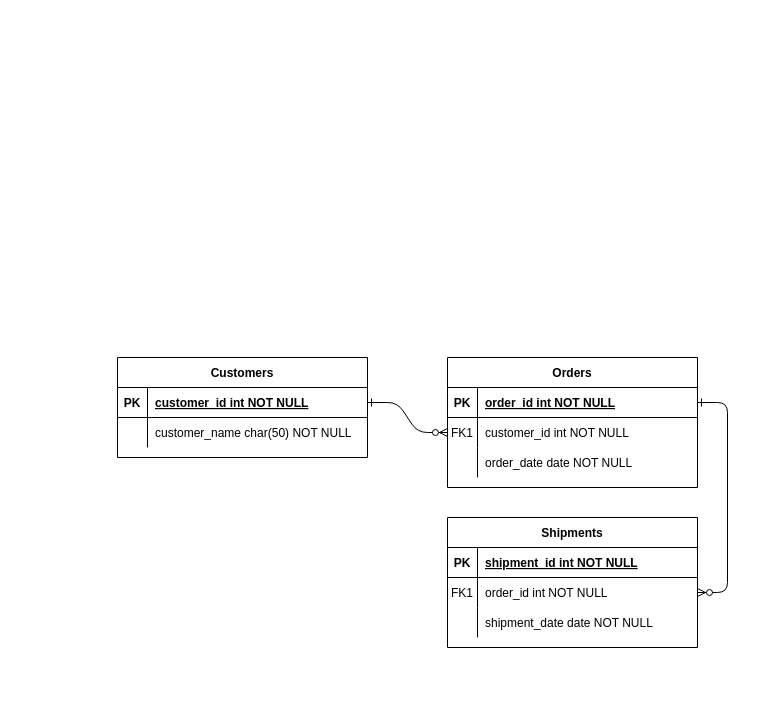
This is SQLChris-Insta-ERD.drawio from DPOsengo/SQLChris-Insta, a draw.io file, before an edit. Source tidied: cells renumbered, new cells numbered last; positions are measured from the earlier drawing's top-left corner, leaving out a move shared by most shapes. Both pictures are drawn from the tidied source at 100%, with x=0, y=0 at pixel (117, 357).
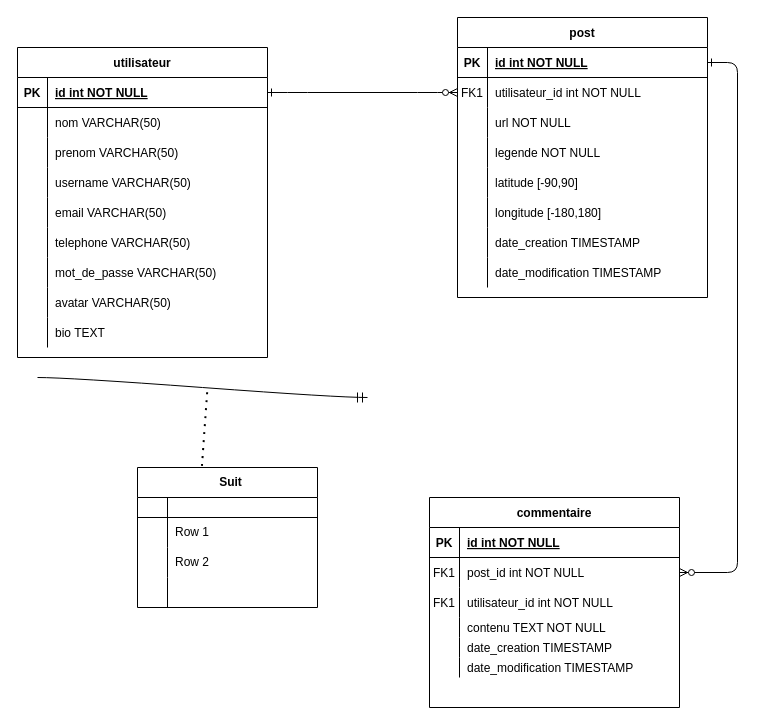
The same diagram, later.

Commit message (it also covers changes not shown here):
Mettre à jour SQLChris-Insta-ERD.drawio

The change refers to these unchanged cells:
```xml
<mxCell id="5" style="shape=partialRectangle;fillColor=none;points=[[0,0.5],[1,0.5]];portConstraint=eastwest;top=0;left=0;right=0;bottom=1;" parent="4" vertex="1">
  <mxGeometry y="30" width="250" height="30" as="geometry" />
</mxCell>
<mxCell id="8" style="shape=partialRectangle;fillColor=none;points=[[0,0.5],[1,0.5]];portConstraint=eastwest;top=0;left=0;right=0;bottom=0;" parent="4" vertex="1">
  <mxGeometry y="60" width="250" height="30" as="geometry" />
</mxCell>
<mxCell id="11" style="shape=partialRectangle;fillColor=none;top=0;left=0;right=0;bottom=0;" parent="4" vertex="1">
  <mxGeometry y="90" width="250" height="30" as="geometry" />
</mxCell>
<mxCell id="15" style="shape=partialRectangle;fillColor=none;top=0;left=0;right=0;bottom=1;" parent="14" vertex="1">
  <mxGeometry y="30" width="250" height="30" as="geometry" />
</mxCell>
<mxCell id="18" style="shape=partialRectangle;fillColor=none;points=[[0,0.5],[1,0.5]];portConstraint=eastwest;top=0;left=0;right=0;bottom=0;" parent="14" vertex="1">
  <mxGeometry y="60" width="250" height="30" as="geometry" />
</mxCell>
<mxCell id="25" style="shape=partialRectangle;fillColor=none;points=[[0,0.5],[1,0.5]];portConstraint=eastwest;top=0;left=0;right=0;bottom=1;" parent="24" vertex="1">
  <mxGeometry y="30" width="250" height="30" as="geometry" />
</mxCell>
<mxCell id="28" style="shape=partialRectangle;fillColor=none;top=0;left=0;right=0;bottom=0;" parent="24" vertex="1">
  <mxGeometry y="60" width="250" height="30" as="geometry" />
</mxCell>
```

The edit, as a diff of the source:
```diff
@@
-    <mxCell id="4" value="Orders" style="shape=table;startSize=30;childLayout=tableLayout;rowLines=0;fontStyle=1;align=center;" parent="1" vertex="1">
-      <mxGeometry x="330" width="250" height="130" as="geometry" />
+    <mxCell id="4" value="post" style="shape=table;startSize=30;childLayout=tableLayout;rowLines=0;fontStyle=1;align=center;" parent="1" vertex="1">
+      <mxGeometry x="340" y="-340" width="250" height="280" as="geometry" />
     </mxCell>
@@
-    <mxCell id="7" value="order_id int NOT NULL " style="shape=partialRectangle;overflow=hidden;fillColor=none;top=0;left=0;bottom=0;right=0;align=left;spacingLeft=6;fontStyle=5;" parent="5" vertex="1">
+    <mxCell id="7" value="id int NOT NULL " style="shape=partialRectangle;overflow=hidden;fillColor=none;top=0;left=0;bottom=0;right=0;align=left;spacingLeft=6;fontStyle=5;" parent="5" vertex="1">
       <mxGeometry x="30" width="220" height="30" as="geometry" />
     </mxCell>
@@
-    <mxCell id="10" value="customer_id int NOT NULL" style="shape=partialRectangle;overflow=hidden;fillColor=none;top=0;left=0;bottom=0;right=0;align=left;spacingLeft=6;" parent="8" vertex="1">
+    <mxCell id="10" value="utilisateur_id int NOT NULL" style="shape=partialRectangle;overflow=hidden;fillColor=none;top=0;left=0;bottom=0;right=0;align=left;spacingLeft=6;" parent="8" vertex="1">
       <mxGeometry x="30" width="220" height="30" as="geometry" />
     </mxCell>
@@
-    <mxCell id="13" value="order_date date NOT NULL" style="shape=partialRectangle;overflow=hidden;fillColor=none;top=0;left=0;bottom=0;right=0;align=left;spacingLeft=6;" parent="11" vertex="1">
+    <mxCell id="13" value="url NOT NULL" style="shape=partialRectangle;overflow=hidden;fillColor=none;top=0;left=0;bottom=0;right=0;align=left;spacingLeft=6;" parent="11" vertex="1">
       <mxGeometry x="30" width="220" height="30" as="geometry" />
     </mxCell>
+    <mxCell id="31" style="shape=partialRectangle;fillColor=none;top=0;left=0;right=0;bottom=0;" parent="4" vertex="1">
+      <mxGeometry y="120" width="250" height="30" as="geometry" />
+    </mxCell>
+    <mxCell id="32" style="shape=partialRectangle;overflow=hidden;fillColor=none;top=0;left=0;bottom=0;right=0;" parent="31" vertex="1">
+      <mxGeometry width="30" height="30" as="geometry" />
+    </mxCell>
+    <mxCell id="33" value="legende NOT NULL" style="shape=partialRectangle;overflow=hidden;fillColor=none;top=0;left=0;bottom=0;right=0;align=left;spacingLeft=6;" parent="31" vertex="1">
+      <mxGeometry x="30" width="220" height="30" as="geometry" />
+    </mxCell>
+    <mxCell id="34" style="shape=partialRectangle;fillColor=none;top=0;left=0;right=0;bottom=0;" parent="4" vertex="1">
+      <mxGeometry y="150" width="250" height="30" as="geometry" />
+    </mxCell>
+    <mxCell id="35" style="shape=partialRectangle;overflow=hidden;fillColor=none;top=0;left=0;bottom=0;right=0;" parent="34" vertex="1">
+      <mxGeometry width="30" height="30" as="geometry" />
+    </mxCell>
+    <mxCell id="36" value="latitude [-90,90]" style="shape=partialRectangle;overflow=hidden;fillColor=none;top=0;left=0;bottom=0;right=0;align=left;spacingLeft=6;" parent="34" vertex="1">
+      <mxGeometry x="30" width="220" height="30" as="geometry" />
+    </mxCell>
+    <mxCell id="37" style="shape=partialRectangle;fillColor=none;top=0;left=0;right=0;bottom=0;" parent="4" vertex="1">
+      <mxGeometry y="180" width="250" height="30" as="geometry" />
+    </mxCell>
+    <mxCell id="38" style="shape=partialRectangle;overflow=hidden;fillColor=none;top=0;left=0;bottom=0;right=0;" parent="37" vertex="1">
+      <mxGeometry width="30" height="30" as="geometry" />
+    </mxCell>
+    <mxCell id="39" value="longitude [-180,180] " style="shape=partialRectangle;overflow=hidden;fillColor=none;top=0;left=0;bottom=0;right=0;align=left;spacingLeft=6;" parent="37" vertex="1">
+      <mxGeometry x="30" width="220" height="30" as="geometry" />
+    </mxCell>
+    <mxCell id="40" style="shape=partialRectangle;fillColor=none;top=0;left=0;right=0;bottom=0;" parent="4" vertex="1">
+      <mxGeometry y="210" width="250" height="30" as="geometry" />
+    </mxCell>
+    <mxCell id="41" style="shape=partialRectangle;overflow=hidden;fillColor=none;top=0;left=0;bottom=0;right=0;" parent="40" vertex="1">
+      <mxGeometry width="30" height="30" as="geometry" />
+    </mxCell>
+    <mxCell id="42" value="date_creation TIMESTAMP" style="shape=partialRectangle;overflow=hidden;fillColor=none;top=0;left=0;bottom=0;right=0;align=left;spacingLeft=6;" parent="40" vertex="1">
+      <mxGeometry x="30" width="220" height="30" as="geometry" />
+    </mxCell>
+    <mxCell id="43" style="shape=partialRectangle;fillColor=none;top=0;left=0;right=0;bottom=0;" parent="4" vertex="1">
+      <mxGeometry y="240" width="250" height="30" as="geometry" />
+    </mxCell>
+    <mxCell id="44" style="shape=partialRectangle;overflow=hidden;fillColor=none;top=0;left=0;bottom=0;right=0;" parent="43" vertex="1">
+      <mxGeometry width="30" height="30" as="geometry" />
+    </mxCell>
+    <mxCell id="45" value="date_modification TIMESTAMP" style="shape=partialRectangle;overflow=hidden;fillColor=none;top=0;left=0;bottom=0;right=0;align=left;spacingLeft=6;" parent="43" vertex="1">
+      <mxGeometry x="30" width="220" height="30" as="geometry" />
+    </mxCell>
-    <mxCell id="14" value="Shipments" style="shape=table;startSize=30;childLayout=tableLayout;rowLines=0;fontStyle=1;align=center;" parent="1" vertex="1">
-      <mxGeometry x="330" y="160" width="250" height="130" as="geometry" />
+    <mxCell id="14" value="commentaire" style="shape=table;startSize=30;childLayout=tableLayout;rowLines=0;fontStyle=1;align=center;" parent="1" vertex="1">
+      <mxGeometry x="312" y="140" width="250" height="210" as="geometry" />
     </mxCell>
@@
-    <mxCell id="17" value="shipment_id int NOT NULL " style="shape=partialRectangle;overflow=hidden;fillColor=none;top=0;left=0;bottom=0;right=0;align=left;spacingLeft=6;fontStyle=5;" parent="15" vertex="1">
+    <mxCell id="17" value="id int NOT NULL " style="shape=partialRectangle;overflow=hidden;fillColor=none;top=0;left=0;bottom=0;right=0;align=left;spacingLeft=6;fontStyle=5;" parent="15" vertex="1">
       <mxGeometry x="30" width="220" height="30" as="geometry" />
     </mxCell>
@@
-    <mxCell id="20" value="order_id int NOT NULL" style="shape=partialRectangle;overflow=hidden;fillColor=none;top=0;left=0;bottom=0;right=0;align=left;spacingLeft=6;" parent="18" vertex="1">
+    <mxCell id="20" value="post_id int NOT NULL" style="shape=partialRectangle;overflow=hidden;fillColor=none;top=0;left=0;bottom=0;right=0;align=left;spacingLeft=6;" parent="18" vertex="1">
       <mxGeometry x="30" width="220" height="30" as="geometry" />
     </mxCell>
+    <mxCell id="46" style="shape=partialRectangle;fillColor=none;top=0;left=0;right=0;bottom=0;" parent="14" vertex="1">
+      <mxGeometry y="90" width="250" height="30" as="geometry" />
+    </mxCell>
+    <mxCell id="47" value="FK1" style="shape=partialRectangle;overflow=hidden;fillColor=none;top=0;left=0;bottom=0;right=0;" parent="46" vertex="1">
+      <mxGeometry width="30" height="30" as="geometry" />
+    </mxCell>
+    <mxCell id="48" value="utilisateur_id int NOT NULL" style="shape=partialRectangle;overflow=hidden;fillColor=none;top=0;left=0;bottom=0;right=0;align=left;spacingLeft=6;" parent="46" vertex="1">
+      <mxGeometry x="30" width="220" height="30" as="geometry" />
+    </mxCell>
     <mxCell id="21" style="shape=partialRectangle;fillColor=none;top=0;left=0;right=0;bottom=0;" parent="14" vertex="1">
-      <mxGeometry y="90" width="250" height="30" as="geometry" />
+      <mxGeometry y="120" width="250" height="20" as="geometry" />
     </mxCell>
     <mxCell id="22" style="shape=partialRectangle;overflow=hidden;fillColor=none;top=0;left=0;bottom=0;right=0;" parent="21" vertex="1">
-      <mxGeometry width="30" height="30" as="geometry" />
+      <mxGeometry width="30" height="20" as="geometry" />
     </mxCell>
-    <mxCell id="23" value="shipment_date date NOT NULL" style="shape=partialRectangle;overflow=hidden;fillColor=none;top=0;left=0;bottom=0;right=0;align=left;spacingLeft=6;" parent="21" vertex="1">
-      <mxGeometry x="30" width="220" height="30" as="geometry" />
+    <mxCell id="23" value="contenu TEXT NOT NULL" style="shape=partialRectangle;overflow=hidden;fillColor=none;top=0;left=0;bottom=0;right=0;align=left;spacingLeft=6;" parent="21" vertex="1">
+      <mxGeometry x="30" width="220" height="20" as="geometry" />
     </mxCell>
+    <mxCell id="49" style="shape=partialRectangle;fillColor=none;top=0;left=0;right=0;bottom=0;" parent="14" vertex="1">
+      <mxGeometry y="140" width="250" height="20" as="geometry" />
+    </mxCell>
+    <mxCell id="50" style="shape=partialRectangle;overflow=hidden;fillColor=none;top=0;left=0;bottom=0;right=0;" parent="49" vertex="1">
+      <mxGeometry width="30" height="20" as="geometry" />
+    </mxCell>
+    <mxCell id="51" value="date_creation TIMESTAMP" style="shape=partialRectangle;overflow=hidden;fillColor=none;top=0;left=0;bottom=0;right=0;align=left;spacingLeft=6;" parent="49" vertex="1">
+      <mxGeometry x="30" width="220" height="20" as="geometry" />
+    </mxCell>
+    <mxCell id="52" style="shape=partialRectangle;fillColor=none;top=0;left=0;right=0;bottom=0;" parent="14" vertex="1">
+      <mxGeometry y="160" width="250" height="20" as="geometry" />
+    </mxCell>
+    <mxCell id="53" style="shape=partialRectangle;overflow=hidden;fillColor=none;top=0;left=0;bottom=0;right=0;" parent="52" vertex="1">
+      <mxGeometry width="30" height="20" as="geometry" />
+    </mxCell>
+    <mxCell id="54" value="date_modification TIMESTAMP" style="shape=partialRectangle;overflow=hidden;fillColor=none;top=0;left=0;bottom=0;right=0;align=left;spacingLeft=6;" parent="52" vertex="1">
+      <mxGeometry x="30" width="220" height="20" as="geometry" />
+    </mxCell>
-    <mxCell id="24" value="Customers" style="shape=table;startSize=30;childLayout=tableLayout;rowLines=0;fontStyle=1;align=center;" parent="1" vertex="1">
-      <mxGeometry width="250" height="100" as="geometry" />
+    <mxCell id="24" value="utilisateur" style="shape=table;startSize=30;childLayout=tableLayout;rowLines=0;fontStyle=1;align=center;" parent="1" vertex="1">
+      <mxGeometry x="-100" y="-310" width="250" height="310" as="geometry" />
     </mxCell>
@@
-    <mxCell id="27" value="customer_id int NOT NULL " style="shape=partialRectangle;overflow=hidden;fillColor=none;top=0;left=0;bottom=0;right=0;align=left;spacingLeft=6;fontStyle=5;" parent="25" vertex="1">
+    <mxCell id="27" value="id int NOT NULL" style="shape=partialRectangle;overflow=hidden;fillColor=none;top=0;left=0;bottom=0;right=0;align=left;spacingLeft=6;fontStyle=5;" parent="25" vertex="1">
       <mxGeometry x="30" width="220" height="30" as="geometry" />
     </mxCell>
@@
-    <mxCell id="30" value="customer_name char(50) NOT NULL" style="shape=partialRectangle;overflow=hidden;fillColor=none;top=0;left=0;bottom=0;right=0;align=left;spacingLeft=6;" parent="28" vertex="1">
+    <mxCell id="30" value="nom VARCHAR(50)" style="shape=partialRectangle;overflow=hidden;fillColor=none;top=0;left=0;bottom=0;right=0;align=left;spacingLeft=6;" parent="28" vertex="1">
       <mxGeometry x="30" width="220" height="30" as="geometry" />
     </mxCell>
+    <mxCell id="55" style="shape=partialRectangle;fillColor=none;top=0;left=0;right=0;bottom=0;" parent="24" vertex="1">
+      <mxGeometry y="90" width="250" height="30" as="geometry" />
+    </mxCell>
+    <mxCell id="56" style="shape=partialRectangle;overflow=hidden;fillColor=none;top=0;left=0;bottom=0;right=0;" parent="55" vertex="1">
+      <mxGeometry width="30" height="30" as="geometry" />
+    </mxCell>
+    <mxCell id="57" value="prenom VARCHAR(50)" style="shape=partialRectangle;overflow=hidden;fillColor=none;top=0;left=0;bottom=0;right=0;align=left;spacingLeft=6;" parent="55" vertex="1">
+      <mxGeometry x="30" width="220" height="30" as="geometry" />
+    </mxCell>
+    <mxCell id="58" style="shape=partialRectangle;fillColor=none;top=0;left=0;right=0;bottom=0;" parent="24" vertex="1">
+      <mxGeometry y="120" width="250" height="30" as="geometry" />
+    </mxCell>
+    <mxCell id="59" style="shape=partialRectangle;overflow=hidden;fillColor=none;top=0;left=0;bottom=0;right=0;" parent="58" vertex="1">
+      <mxGeometry width="30" height="30" as="geometry" />
+    </mxCell>
+    <mxCell id="60" value="username VARCHAR(50)" style="shape=partialRectangle;overflow=hidden;fillColor=none;top=0;left=0;bottom=0;right=0;align=left;spacingLeft=6;" parent="58" vertex="1">
+      <mxGeometry x="30" width="220" height="30" as="geometry" />
+    </mxCell>
+    <mxCell id="61" style="shape=partialRectangle;fillColor=none;top=0;left=0;right=0;bottom=0;" parent="24" vertex="1">
+      <mxGeometry y="150" width="250" height="30" as="geometry" />
+    </mxCell>
+    <mxCell id="62" style="shape=partialRectangle;overflow=hidden;fillColor=none;top=0;left=0;bottom=0;right=0;" parent="61" vertex="1">
+      <mxGeometry width="30" height="30" as="geometry" />
+    </mxCell>
+    <mxCell id="63" value="email VARCHAR(50)" style="shape=partialRectangle;overflow=hidden;fillColor=none;top=0;left=0;bottom=0;right=0;align=left;spacingLeft=6;" parent="61" vertex="1">
+      <mxGeometry x="30" width="220" height="30" as="geometry" />
+    </mxCell>
+    <mxCell id="64" style="shape=partialRectangle;fillColor=none;top=0;left=0;right=0;bottom=0;" parent="24" vertex="1">
+      <mxGeometry y="180" width="250" height="30" as="geometry" />
+    </mxCell>
+    <mxCell id="65" style="shape=partialRectangle;overflow=hidden;fillColor=none;top=0;left=0;bottom=0;right=0;" parent="64" vertex="1">
+      <mxGeometry width="30" height="30" as="geometry" />
+    </mxCell>
+    <mxCell id="66" value="telephone VARCHAR(50)" style="shape=partialRectangle;overflow=hidden;fillColor=none;top=0;left=0;bottom=0;right=0;align=left;spacingLeft=6;" parent="64" vertex="1">
+      <mxGeometry x="30" width="220" height="30" as="geometry" />
+    </mxCell>
+    <mxCell id="67" style="shape=partialRectangle;fillColor=none;top=0;left=0;right=0;bottom=0;" parent="24" vertex="1">
+      <mxGeometry y="210" width="250" height="30" as="geometry" />
+    </mxCell>
+    <mxCell id="68" style="shape=partialRectangle;overflow=hidden;fillColor=none;top=0;left=0;bottom=0;right=0;" parent="67" vertex="1">
+      <mxGeometry width="30" height="30" as="geometry" />
+    </mxCell>
+    <mxCell id="69" value="mot_de_passe VARCHAR(50)" style="shape=partialRectangle;overflow=hidden;fillColor=none;top=0;left=0;bottom=0;right=0;align=left;spacingLeft=6;" parent="67" vertex="1">
+      <mxGeometry x="30" width="220" height="30" as="geometry" />
+    </mxCell>
+    <mxCell id="70" style="shape=partialRectangle;fillColor=none;top=0;left=0;right=0;bottom=0;" parent="24" vertex="1">
+      <mxGeometry y="240" width="250" height="30" as="geometry" />
+    </mxCell>
+    <mxCell id="71" style="shape=partialRectangle;overflow=hidden;fillColor=none;top=0;left=0;bottom=0;right=0;" parent="70" vertex="1">
+      <mxGeometry width="30" height="30" as="geometry" />
+    </mxCell>
+    <mxCell id="72" value="avatar VARCHAR(50)" style="shape=partialRectangle;overflow=hidden;fillColor=none;top=0;left=0;bottom=0;right=0;align=left;spacingLeft=6;" parent="70" vertex="1">
+      <mxGeometry x="30" width="220" height="30" as="geometry" />
+    </mxCell>
+    <mxCell id="73" style="shape=partialRectangle;fillColor=none;top=0;left=0;right=0;bottom=0;" parent="24" vertex="1">
+      <mxGeometry y="270" width="250" height="30" as="geometry" />
+    </mxCell>
+    <mxCell id="74" style="shape=partialRectangle;overflow=hidden;fillColor=none;top=0;left=0;bottom=0;right=0;" parent="73" vertex="1">
+      <mxGeometry width="30" height="30" as="geometry" />
+    </mxCell>
+    <mxCell id="75" value="bio TEXT" style="shape=partialRectangle;overflow=hidden;fillColor=none;top=0;left=0;bottom=0;right=0;align=left;spacingLeft=6;" parent="73" vertex="1">
+      <mxGeometry x="30" width="220" height="30" as="geometry" />
+    </mxCell>
+    <mxCell id="76" value="Suit" style="shape=table;startSize=30;childLayout=tableLayout;rowLines=0;fontStyle=1;align=center;html=1;strokeColor=default;verticalAlign=middle;spacingLeft=6;fontFamily=Helvetica;fontSize=12;fontColor=default;fillColor=none;" parent="1" vertex="1">
+      <mxGeometry x="20" y="110" width="180" height="140" as="geometry" />
+    </mxCell>
+    <mxCell id="77" style="shape=tableRow;horizontal=0;startSize=0;swimlaneHead=0;swimlaneBody=0;fillColor=none;top=0;left=0;right=0;bottom=1;strokeColor=default;align=left;verticalAlign=middle;spacingLeft=6;fontFamily=Helvetica;fontSize=12;fontColor=default;" parent="76" vertex="1">
+      <mxGeometry y="30" width="180" height="20" as="geometry" />
+    </mxCell>
+    <mxCell id="78" style="shape=partialRectangle;fillColor=none;top=0;left=0;bottom=0;right=0;fontStyle=1;overflow=hidden;whiteSpace=wrap;html=1;strokeColor=default;align=left;verticalAlign=middle;spacingLeft=6;fontFamily=Helvetica;fontSize=12;fontColor=default;" parent="77" vertex="1">
+      <mxGeometry width="30" height="20" as="geometry" />
+    </mxCell>
+    <mxCell id="79" style="shape=partialRectangle;fillColor=none;top=0;left=0;bottom=0;right=0;align=left;spacingLeft=6;fontStyle=5;overflow=hidden;whiteSpace=wrap;html=1;strokeColor=default;verticalAlign=middle;fontFamily=Helvetica;fontSize=12;fontColor=default;" parent="77" vertex="1">
+      <mxGeometry x="30" width="150" height="20" as="geometry" />
+    </mxCell>
+    <mxCell id="80" style="shape=tableRow;horizontal=0;startSize=0;swimlaneHead=0;swimlaneBody=0;fillColor=none;top=0;left=0;right=0;bottom=0;strokeColor=default;align=left;verticalAlign=middle;spacingLeft=6;fontFamily=Helvetica;fontSize=12;fontColor=default;" parent="76" vertex="1">
+      <mxGeometry y="50" width="180" height="30" as="geometry" />
+    </mxCell>
+    <mxCell id="81" style="shape=partialRectangle;fillColor=none;top=0;left=0;bottom=0;right=0;overflow=hidden;whiteSpace=wrap;html=1;strokeColor=default;align=left;verticalAlign=middle;spacingLeft=6;fontFamily=Helvetica;fontSize=12;fontColor=default;" parent="80" vertex="1">
+      <mxGeometry width="30" height="30" as="geometry" />
+    </mxCell>
+    <mxCell id="82" value="Row 1" style="shape=partialRectangle;fillColor=none;top=0;left=0;bottom=0;right=0;align=left;spacingLeft=6;overflow=hidden;whiteSpace=wrap;html=1;strokeColor=default;verticalAlign=middle;fontFamily=Helvetica;fontSize=12;fontColor=default;" parent="80" vertex="1">
+      <mxGeometry x="30" width="150" height="30" as="geometry" />
+    </mxCell>
+    <mxCell id="83" style="shape=tableRow;horizontal=0;startSize=0;swimlaneHead=0;swimlaneBody=0;fillColor=none;top=0;left=0;right=0;bottom=0;strokeColor=default;align=left;verticalAlign=middle;spacingLeft=6;fontFamily=Helvetica;fontSize=12;fontColor=default;" parent="76" vertex="1">
+      <mxGeometry y="80" width="180" height="30" as="geometry" />
+    </mxCell>
+    <mxCell id="84" style="shape=partialRectangle;fillColor=none;top=0;left=0;bottom=0;right=0;overflow=hidden;whiteSpace=wrap;html=1;strokeColor=default;align=left;verticalAlign=middle;spacingLeft=6;fontFamily=Helvetica;fontSize=12;fontColor=default;" parent="83" vertex="1">
+      <mxGeometry width="30" height="30" as="geometry" />
+    </mxCell>
+    <mxCell id="85" value="Row 2" style="shape=partialRectangle;fillColor=none;top=0;left=0;bottom=0;right=0;align=left;spacingLeft=6;overflow=hidden;whiteSpace=wrap;html=1;strokeColor=default;verticalAlign=middle;fontFamily=Helvetica;fontSize=12;fontColor=default;" parent="83" vertex="1">
+      <mxGeometry x="30" width="150" height="30" as="geometry" />
+    </mxCell>
+    <mxCell id="86" style="shape=tableRow;horizontal=0;startSize=0;swimlaneHead=0;swimlaneBody=0;fillColor=none;top=0;left=0;right=0;bottom=0;strokeColor=default;align=left;verticalAlign=middle;spacingLeft=6;fontFamily=Helvetica;fontSize=12;fontColor=default;" parent="76" vertex="1">
+      <mxGeometry y="110" width="180" height="30" as="geometry" />
+    </mxCell>
+    <mxCell id="87" style="shape=partialRectangle;fillColor=none;top=0;left=0;bottom=0;right=0;overflow=hidden;whiteSpace=wrap;html=1;strokeColor=default;align=left;verticalAlign=middle;spacingLeft=6;fontFamily=Helvetica;fontSize=12;fontColor=default;" parent="86" vertex="1">
+      <mxGeometry width="30" height="30" as="geometry" />
+    </mxCell>
+    <mxCell id="88" style="shape=partialRectangle;fillColor=none;top=0;left=0;bottom=0;right=0;align=left;spacingLeft=6;overflow=hidden;whiteSpace=wrap;html=1;strokeColor=default;verticalAlign=middle;fontFamily=Helvetica;fontSize=12;fontColor=default;" parent="86" vertex="1">
+      <mxGeometry x="30" width="150" height="30" as="geometry" />
+    </mxCell>
+    <mxCell id="89" style="edgeStyle=entityRelationEdgeStyle;fontSize=12;html=1;endArrow=ERmandOne;rounded=0;fontFamily=Helvetica;fontColor=default;startSize=8;endSize=8;curved=1;strokeColor=default;" parent="1" edge="1">
+      <mxGeometry relative="1" as="geometry">
+        <mxPoint x="-80" y="20" as="sourcePoint" />
+        <mxPoint x="250" y="40" as="targetPoint" />
+        <Array as="points">
+          <mxPoint x="-30" y="150" />
+          <mxPoint x="50" y="100" />
+          <mxPoint x="-30" y="60" />
+          <mxPoint x="50" y="70" />
+          <mxPoint x="100" y="90" />
+          <mxPoint x="240" y="50" />
+          <mxPoint x="25" y="110" />
+          <mxPoint x="110" y="110" />
+        </Array>
+      </mxGeometry>
+    </mxCell>
+    <mxCell id="90" style="endArrow=none;dashed=1;html=1;dashPattern=1 3;strokeWidth=2;rounded=0;fontFamily=Helvetica;fontSize=12;fontColor=default;startSize=8;endSize=8;curved=1;exitX=0.358;exitY=-0.012;exitDx=0;exitDy=0;exitPerimeter=0;" parent="1" edge="1" source="76">
+      <mxGeometry relative="1" as="geometry">
+        <mxPoint x="90" y="30" as="targetPoint" />
+      </mxGeometry>
+    </mxCell>
```
